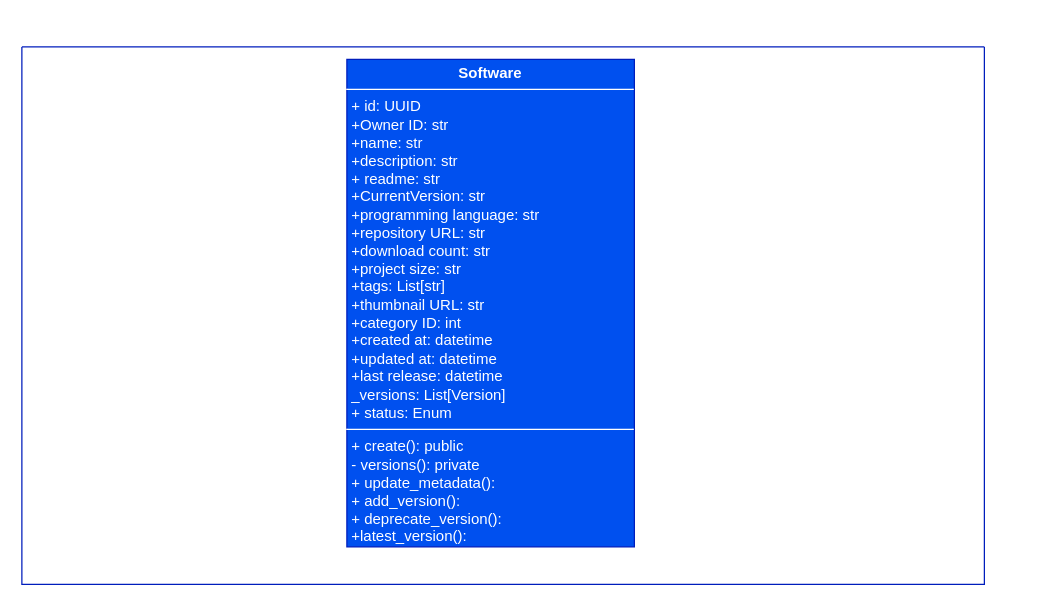
Before: sms.drawio in peter-289/Tech-Pulse-, a draw.io diagram. Source tidied: cells renumbered, new cells numbered last; positions are measured from the earlier drawing's top-left corner, leaving out a move shared by most shapes. Both pictures are drawn from the tidied source at 125%, with x=0, y=0 at pixel (21, 46).
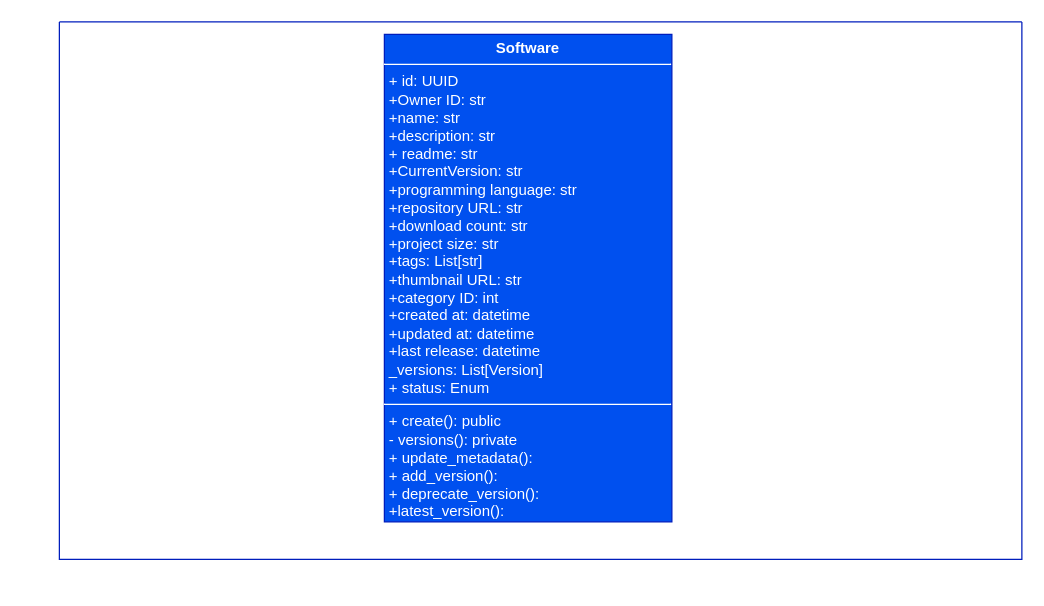
The same diagram, later.

The edit, as a diff of the source:
```diff
@@
 <mxGraphModel>
   <root>
     <mxCell id="0" />
     <mxCell id="1" parent="0" />
-    <mxCell id="2" style="swimlane;startSize=0;fillColor=#0050ef;fontColor=#ffffff;strokeColor=#001DBC;" parent="1" vertex="1">
-      <mxGeometry width="770" height="430" as="geometry" />
-    </mxCell>
+    <mxCell id="4" style="swimlane;startSize=0;fillColor=#0050ef;fontColor=#ffffff;strokeColor=#001DBC;" parent="1" vertex="1">
+      <mxGeometry x="30" y="-20" width="770" height="430" as="geometry" />
+    </mxCell>
-    <mxCell id="3" value="&lt;p style=&quot;margin:0px;margin-top:4px;text-align:center;&quot;&gt;&lt;b&gt;Software&lt;/b&gt;&lt;/p&gt;&lt;hr size=&quot;1&quot; style=&quot;border-style:solid;&quot;&gt;&lt;p style=&quot;margin:0px;margin-left:4px;&quot;&gt;+ id: UUID&lt;/p&gt;&lt;p style=&quot;margin:0px;margin-left:4px;&quot;&gt;+Owner ID: str&lt;/p&gt;&lt;p style=&quot;margin:0px;margin-left:4px;&quot;&gt;+name: str&lt;/p&gt;&lt;p style=&quot;margin:0px;margin-left:4px;&quot;&gt;+description: str&lt;/p&gt;&lt;p style=&quot;margin:0px;margin-left:4px;&quot;&gt;+ readme: str&lt;/p&gt;&lt;p style=&quot;margin:0px;margin-left:4px;&quot;&gt;+CurrentVersion: str&lt;/p&gt;&lt;p style=&quot;margin:0px;margin-left:4px;&quot;&gt;+programming language: str&lt;/p&gt;&lt;p style=&quot;margin:0px;margin-left:4px;&quot;&gt;+repository URL: str&lt;/p&gt;&lt;p style=&quot;margin:0px;margin-left:4px;&quot;&gt;+download count: str&lt;/p&gt;&lt;p style=&quot;margin:0px;margin-left:4px;&quot;&gt;+project size: str&lt;/p&gt;&lt;p style=&quot;margin:0px;margin-left:4px;&quot;&gt;+tags: List[str]&lt;/p&gt;&lt;p style=&quot;margin:0px;margin-left:4px;&quot;&gt;+thumbnail URL: str&lt;/p&gt;&lt;p style=&quot;margin:0px;margin-left:4px;&quot;&gt;+category ID: int&lt;/p&gt;&lt;p style=&quot;margin:0px;margin-left:4px;&quot;&gt;+created at: datetime&lt;/p&gt;&lt;p style=&quot;margin:0px;margin-left:4px;&quot;&gt;+updated at: datetime&lt;/p&gt;&lt;p style=&quot;margin:0px;margin-left:4px;&quot;&gt;+last release: datetime&lt;/p&gt;&lt;p style=&quot;margin:0px;margin-left:4px;&quot;&gt;_versions: List[Version]&lt;/p&gt;&lt;p style=&quot;margin:0px;margin-left:4px;&quot;&gt;+ status: Enum&lt;/p&gt;&lt;hr size=&quot;1&quot; style=&quot;border-style:solid;&quot;&gt;&lt;p style=&quot;margin:0px;margin-left:4px;&quot;&gt;+ create(): public&lt;/p&gt;&lt;p style=&quot;margin:0px;margin-left:4px;&quot;&gt;- versions(): private&lt;/p&gt;&lt;p style=&quot;margin:0px;margin-left:4px;&quot;&gt;+ update_metadata():&lt;/p&gt;&lt;p style=&quot;margin:0px;margin-left:4px;&quot;&gt;+ add_version():&lt;/p&gt;&lt;p style=&quot;margin:0px;margin-left:4px;&quot;&gt;+ deprecate_version():&lt;/p&gt;&lt;p style=&quot;margin:0px;margin-left:4px;&quot;&gt;+latest_version():&lt;/p&gt;&lt;p style=&quot;margin:0px;margin-left:4px;&quot;&gt;&lt;br&gt;&lt;/p&gt;" style="verticalAlign=top;align=left;overflow=fill;html=1;whiteSpace=wrap;fillColor=#0050ef;fontColor=#ffffff;strokeColor=#001DBC;" parent="2" vertex="1">
+    <mxCell id="3" value="&lt;p style=&quot;margin:0px;margin-top:4px;text-align:center;&quot;&gt;&lt;b&gt;Software&lt;/b&gt;&lt;/p&gt;&lt;hr size=&quot;1&quot; style=&quot;border-style:solid;&quot;&gt;&lt;p style=&quot;margin:0px;margin-left:4px;&quot;&gt;+ id: UUID&lt;/p&gt;&lt;p style=&quot;margin:0px;margin-left:4px;&quot;&gt;+Owner ID: str&lt;/p&gt;&lt;p style=&quot;margin:0px;margin-left:4px;&quot;&gt;+name: str&lt;/p&gt;&lt;p style=&quot;margin:0px;margin-left:4px;&quot;&gt;+description: str&lt;/p&gt;&lt;p style=&quot;margin:0px;margin-left:4px;&quot;&gt;+ readme: str&lt;/p&gt;&lt;p style=&quot;margin:0px;margin-left:4px;&quot;&gt;+CurrentVersion: str&lt;/p&gt;&lt;p style=&quot;margin:0px;margin-left:4px;&quot;&gt;+programming language: str&lt;/p&gt;&lt;p style=&quot;margin:0px;margin-left:4px;&quot;&gt;+repository URL: str&lt;/p&gt;&lt;p style=&quot;margin:0px;margin-left:4px;&quot;&gt;+download count: str&lt;/p&gt;&lt;p style=&quot;margin:0px;margin-left:4px;&quot;&gt;+project size: str&lt;/p&gt;&lt;p style=&quot;margin:0px;margin-left:4px;&quot;&gt;+tags: List[str]&lt;/p&gt;&lt;p style=&quot;margin:0px;margin-left:4px;&quot;&gt;+thumbnail URL: str&lt;/p&gt;&lt;p style=&quot;margin:0px;margin-left:4px;&quot;&gt;+category ID: int&lt;/p&gt;&lt;p style=&quot;margin:0px;margin-left:4px;&quot;&gt;+created at: datetime&lt;/p&gt;&lt;p style=&quot;margin:0px;margin-left:4px;&quot;&gt;+updated at: datetime&lt;/p&gt;&lt;p style=&quot;margin:0px;margin-left:4px;&quot;&gt;+last release: datetime&lt;/p&gt;&lt;p style=&quot;margin:0px;margin-left:4px;&quot;&gt;_versions: List[Version]&lt;/p&gt;&lt;p style=&quot;margin:0px;margin-left:4px;&quot;&gt;+ status: Enum&lt;/p&gt;&lt;hr size=&quot;1&quot; style=&quot;border-style:solid;&quot;&gt;&lt;p style=&quot;margin:0px;margin-left:4px;&quot;&gt;+ create(): public&lt;/p&gt;&lt;p style=&quot;margin:0px;margin-left:4px;&quot;&gt;- versions(): private&lt;/p&gt;&lt;p style=&quot;margin:0px;margin-left:4px;&quot;&gt;+ update_metadata():&lt;/p&gt;&lt;p style=&quot;margin:0px;margin-left:4px;&quot;&gt;+ add_version():&lt;/p&gt;&lt;p style=&quot;margin:0px;margin-left:4px;&quot;&gt;+ deprecate_version():&lt;/p&gt;&lt;p style=&quot;margin:0px;margin-left:4px;&quot;&gt;+latest_version():&lt;/p&gt;&lt;p style=&quot;margin:0px;margin-left:4px;&quot;&gt;&lt;br&gt;&lt;/p&gt;" style="verticalAlign=top;align=left;overflow=fill;html=1;whiteSpace=wrap;fillColor=#0050ef;fontColor=#ffffff;strokeColor=#001DBC;" parent="4" vertex="1">
       <mxGeometry x="260" y="10" width="230" height="390" as="geometry" />
     </mxCell>
   </root>
 </mxGraphModel>
```
